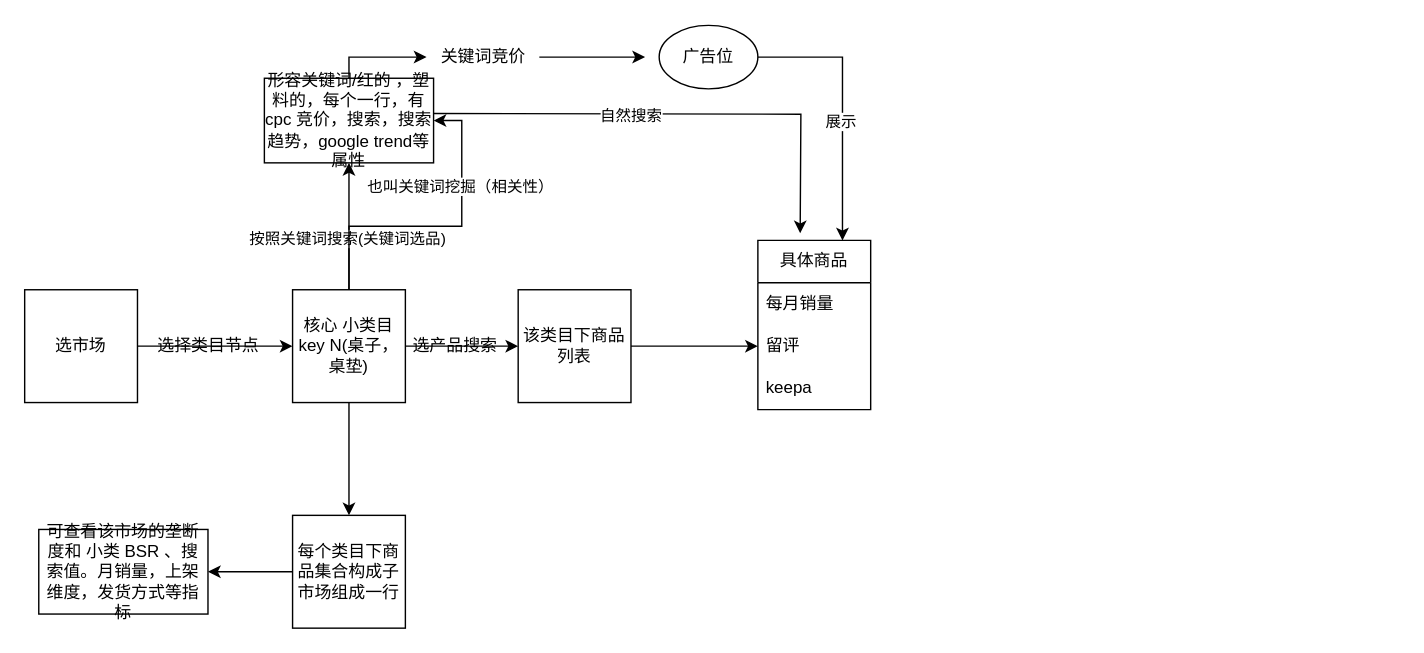
Above: 未命名绘图.drawio in x3hong/algo (draw.io), before the change. Source tidied: cells renumbered, new cells numbered last; positions are measured from the earlier drawing's top-left corner, leaving out a move shared by most shapes. Both pictures are drawn from the tidied source at 141%, with x=0, y=0 at pixel (24, 25).
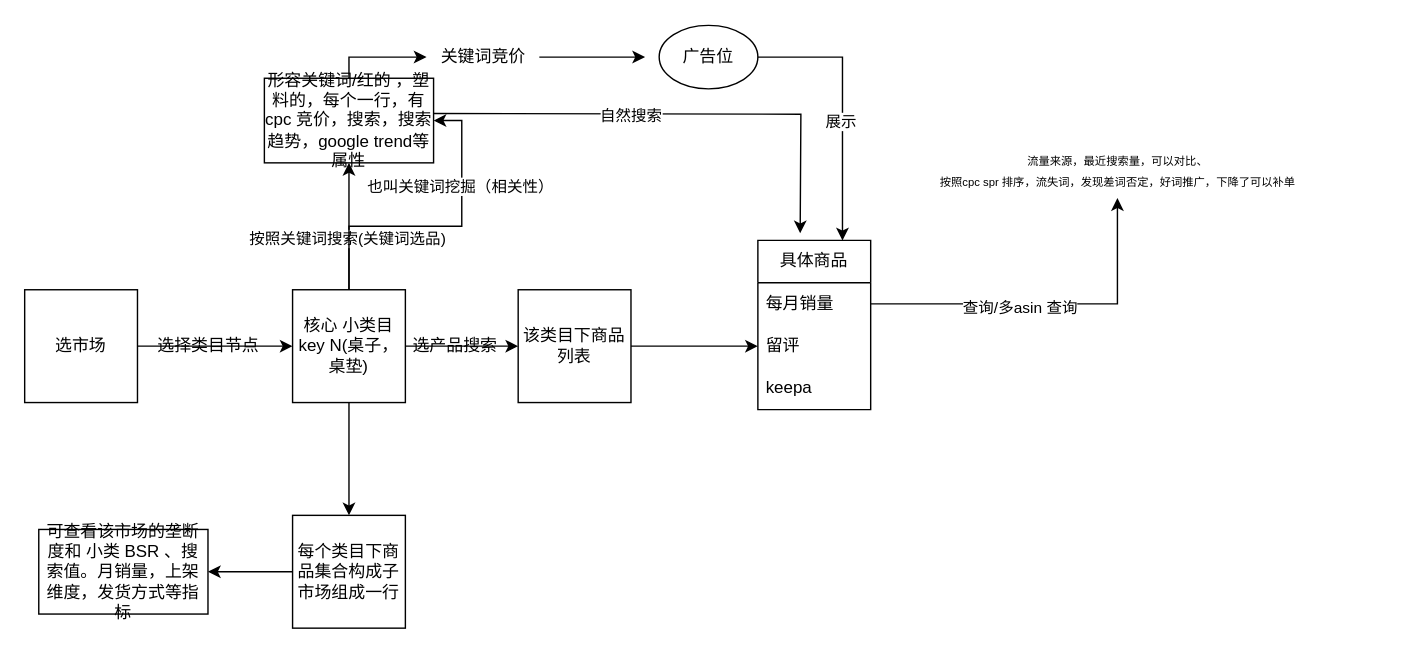
Above is the later version.

Commit message:
更新未命名绘图.drawio

Unchanged cells that the change refers to:
```xml
<mxCell id="19" value="每月销量" style="text;strokeColor=none;fillColor=none;align=left;verticalAlign=middle;spacingLeft=4;spacingRight=4;overflow=hidden;points=[[0,0.5],[1,0.5]];portConstraint=eastwest;whiteSpace=wrap;html=1;" parent="18" vertex="1">
  <mxGeometry y="30" width="80" height="30" as="geometry" />
</mxCell>
```

The edit, as a diff of the source:
```diff
@@
+    <mxCell id="31" value="&lt;font style=&quot;font-size: 8px;&quot;&gt;流量来源，最近搜索量，可以对比、&lt;br&gt;按照cpc spr 排序，流失词，发现差词否定，好词推广，下降了可以补单&lt;/font&gt;" style="text;html=1;align=center;verticalAlign=middle;points=[];strokeColor=none;fillColor=none;" parent="1" vertex="1">
+      <mxGeometry x="575" y="82" width="400" height="40" as="geometry" />
+    </mxCell>
+    <mxCell id="32" style="edgeStyle=orthogonalEdgeStyle;rounded=0;jettySize=auto;html=1;" parent="1" edge="1" source="19" target="31">
+      <mxGeometry relative="1" as="geometry" />
+    </mxCell>
+    <mxCell id="33" value="查询/多asin 查询" style="edgeLabel;html=1;align=center;verticalAlign=middle;" parent="32" vertex="1">
+      <mxGeometry x="-0.16" y="-2" relative="1" as="geometry" />
+    </mxCell>
```
